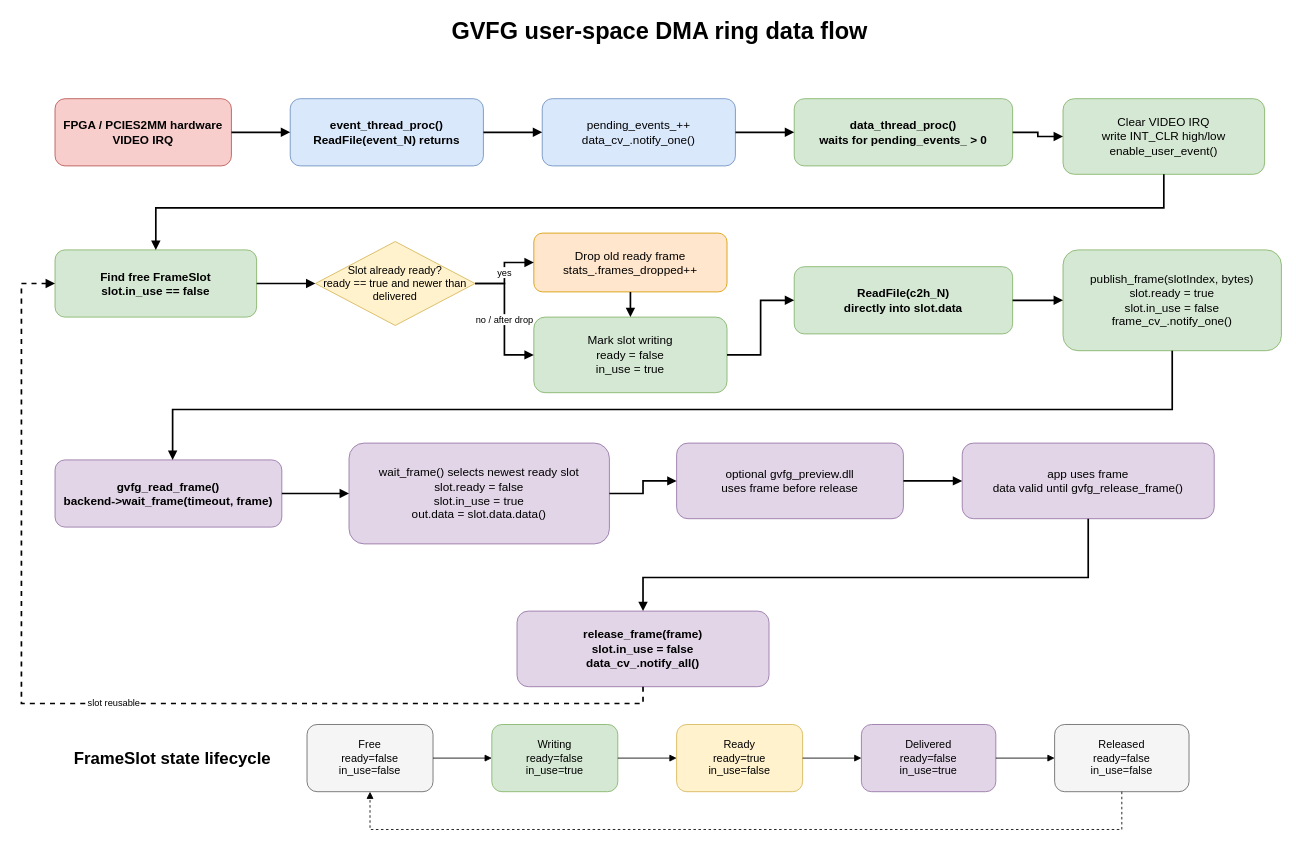
Before: docs/GVFG_DMA_RING_DATA_FLOW.drawio in MarquezLin/GVFG_Standalone, a draw.io diagram. Source tidied: cells renumbered, new cells numbered last; positions are measured from the earlier drawing's top-left corner, leaving out a move shared by most shapes. Both pictures are drawn from the tidied source at 84%, with x=0, y=0 at pixel (21, 14).
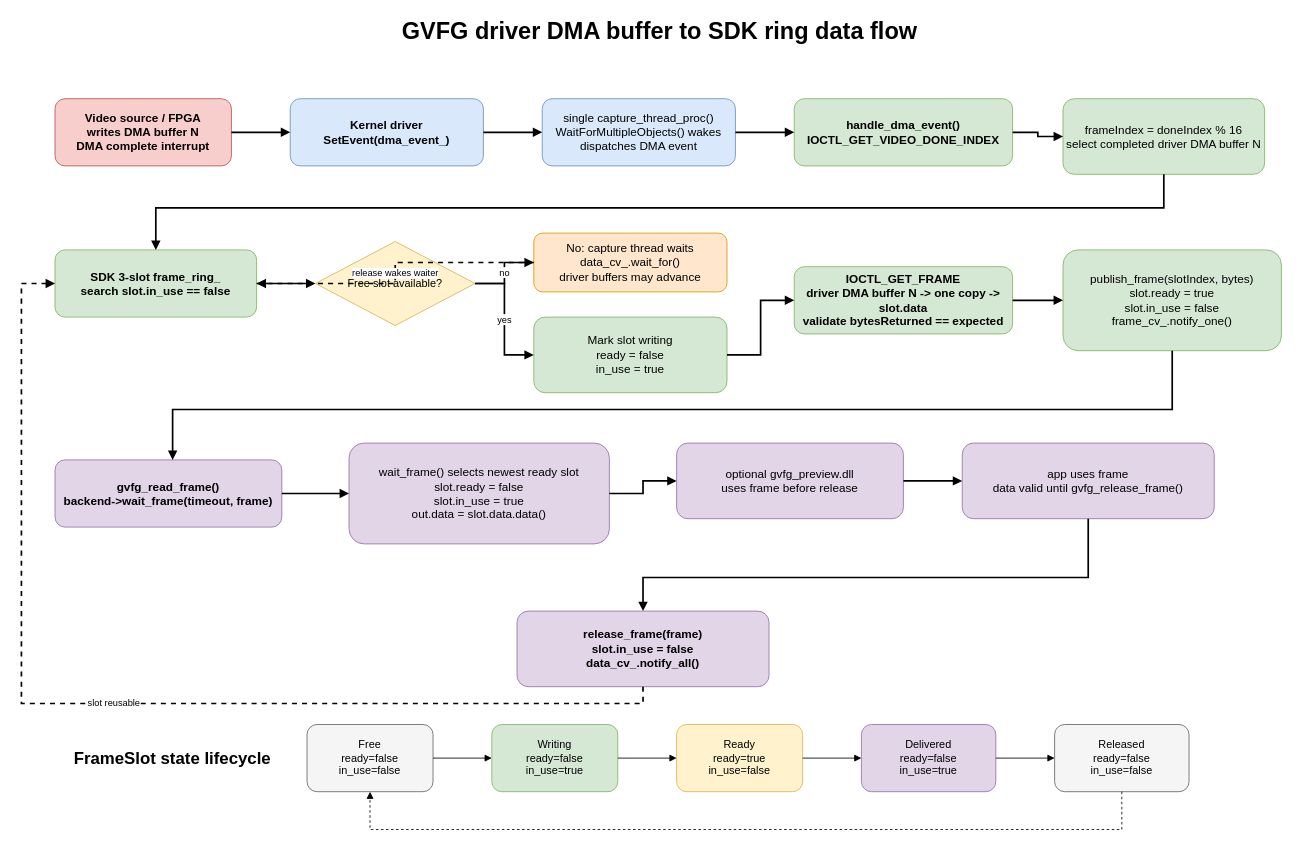
After the change.

The change refers to these unchanged cells:
```xml
<mxCell id="11" value="Mark slot writing&#10;ready = false&#10;in_use = true" style="rounded=1;whiteSpace=wrap;html=1;fillColor=#d5e8d4;strokeColor=#82b366;fontSize=14;" parent="1" vertex="1">
  <mxGeometry x="610" y="360" width="230" height="90" as="geometry" />
</mxCell>
```

The edit, as a diff of the source:
```diff
@@
-    <mxCell id="2" value="GVFG user-space DMA ring data flow" style="text;html=1;strokeColor=none;fillColor=none;align=center;verticalAlign=middle;whiteSpace=wrap;rounded=0;fontSize=28;fontStyle=1;" parent="1" vertex="1">
+    <mxCell id="2" value="GVFG driver DMA buffer to SDK ring data flow" style="text;html=1;strokeColor=none;fillColor=none;align=center;verticalAlign=middle;whiteSpace=wrap;rounded=0;fontSize=28;fontStyle=1;" parent="1" vertex="1">
       <mxGeometry x="320" width="880" height="40" as="geometry" />
     </mxCell>
-    <mxCell id="3" value="FPGA / PCIES2MM hardware&#10;VIDEO IRQ" style="rounded=1;whiteSpace=wrap;html=1;fillColor=#f8cecc;strokeColor=#b85450;fontSize=14;fontStyle=1;" parent="1" vertex="1">
+    <mxCell id="3" value="Video source / FPGA&#10;writes DMA buffer N&#10;DMA complete interrupt" style="rounded=1;whiteSpace=wrap;html=1;fillColor=#f8cecc;strokeColor=#b85450;fontSize=14;fontStyle=1;" parent="1" vertex="1">
       <mxGeometry x="40" y="100" width="210" height="80" as="geometry" />
     </mxCell>
-    <mxCell id="4" value="event_thread_proc()&#10;ReadFile(event_N) returns" style="rounded=1;whiteSpace=wrap;html=1;fillColor=#dae8fc;strokeColor=#6c8ebf;fontSize=14;fontStyle=1;" parent="1" vertex="1">
+    <mxCell id="4" value="Kernel driver&#10;SetEvent(dma_event_)" style="rounded=1;whiteSpace=wrap;html=1;fillColor=#dae8fc;strokeColor=#6c8ebf;fontSize=14;fontStyle=1;" parent="1" vertex="1">
       <mxGeometry x="320" y="100" width="230" height="80" as="geometry" />
     </mxCell>
-    <mxCell id="5" value="pending_events_++&#10;data_cv_.notify_one()" style="rounded=1;whiteSpace=wrap;html=1;fillColor=#dae8fc;strokeColor=#6c8ebf;fontSize=14;" parent="1" vertex="1">
+    <mxCell id="5" value="single capture_thread_proc()&#10;WaitForMultipleObjects() wakes&#10;dispatches DMA event" style="rounded=1;whiteSpace=wrap;html=1;fillColor=#dae8fc;strokeColor=#6c8ebf;fontSize=14;" parent="1" vertex="1">
       <mxGeometry x="620" y="100" width="230" height="80" as="geometry" />
     </mxCell>
-    <mxCell id="6" value="data_thread_proc()&#10;waits for pending_events_ &gt; 0" style="rounded=1;whiteSpace=wrap;html=1;fillColor=#d5e8d4;strokeColor=#82b366;fontSize=14;fontStyle=1;" parent="1" vertex="1">
+    <mxCell id="6" value="handle_dma_event()&#10;IOCTL_GET_VIDEO_DONE_INDEX" style="rounded=1;whiteSpace=wrap;html=1;fillColor=#d5e8d4;strokeColor=#82b366;fontSize=14;fontStyle=1;" parent="1" vertex="1">
       <mxGeometry x="920" y="100" width="260" height="80" as="geometry" />
     </mxCell>
-    <mxCell id="7" value="Clear VIDEO IRQ&#10;write INT_CLR high/low&#10;enable_user_event()" style="rounded=1;whiteSpace=wrap;html=1;fillColor=#d5e8d4;strokeColor=#82b366;fontSize=14;" parent="1" vertex="1">
+    <mxCell id="7" value="frameIndex = doneIndex % 16&#10;select completed driver DMA buffer N" style="rounded=1;whiteSpace=wrap;html=1;fillColor=#d5e8d4;strokeColor=#82b366;fontSize=14;" parent="1" vertex="1">
       <mxGeometry x="1240" y="100" width="240" height="90" as="geometry" />
     </mxCell>
-    <mxCell id="8" value="Find free FrameSlot&#10;slot.in_use == false" style="rounded=1;whiteSpace=wrap;html=1;fillColor=#d5e8d4;strokeColor=#82b366;fontSize=14;fontStyle=1;" parent="1" vertex="1">
+    <mxCell id="8" value="SDK 3-slot frame_ring_&#10;search slot.in_use == false" style="rounded=1;whiteSpace=wrap;html=1;fillColor=#d5e8d4;strokeColor=#82b366;fontSize=14;fontStyle=1;" parent="1" vertex="1">
       <mxGeometry x="40" y="280" width="240" height="80" as="geometry" />
     </mxCell>
-    <mxCell id="9" value="Slot already ready?&#10;ready == true and newer than delivered" style="rhombus;whiteSpace=wrap;html=1;fillColor=#fff2cc;strokeColor=#d6b656;fontSize=13;" parent="1" vertex="1">
+    <mxCell id="9" value="Free slot available?" style="rhombus;whiteSpace=wrap;html=1;fillColor=#fff2cc;strokeColor=#d6b656;fontSize=13;" parent="1" vertex="1">
       <mxGeometry x="350" y="270" width="190" height="100" as="geometry" />
     </mxCell>
-    <mxCell id="10" value="Drop old ready frame&#10;stats_.frames_dropped++" style="rounded=1;whiteSpace=wrap;html=1;fillColor=#ffe6cc;strokeColor=#d79b00;fontSize=14;" parent="1" vertex="1">
+    <mxCell id="10" value="No: capture thread waits&#10;data_cv_.wait_for()&#10;driver buffers may advance" style="rounded=1;whiteSpace=wrap;html=1;fillColor=#ffe6cc;strokeColor=#d79b00;fontSize=14;" parent="1" vertex="1">
       <mxGeometry x="610" y="260" width="230" height="70" as="geometry" />
     </mxCell>
@@
-    <mxCell id="12" value="ReadFile(c2h_N)&#10;directly into slot.data" style="rounded=1;whiteSpace=wrap;html=1;fillColor=#d5e8d4;strokeColor=#82b366;fontSize=14;fontStyle=1;" parent="1" vertex="1">
+    <mxCell id="12" value="IOCTL_GET_FRAME&#10;driver DMA buffer N -&gt; one copy -&gt; slot.data&#10;validate bytesReturned == expected" style="rounded=1;whiteSpace=wrap;html=1;fillColor=#d5e8d4;strokeColor=#82b366;fontSize=14;fontStyle=1;" parent="1" vertex="1">
       <mxGeometry x="920" y="300" width="260" height="80" as="geometry" />
     </mxCell>
@@
-    <mxCell id="31" value="yes" style="edgeStyle=orthogonalEdgeStyle;rounded=0;jettySize=auto;html=1;endArrow=block;strokeWidth=2;" parent="1" edge="1" source="9" target="10">
+    <mxCell id="31" value="yes" style="edgeStyle=orthogonalEdgeStyle;rounded=0;jettySize=auto;html=1;endArrow=block;strokeWidth=2;" parent="1" edge="1" source="9" target="11">
       <mxGeometry relative="1" as="geometry" />
     </mxCell>
-    <mxCell id="32" value="no / after drop" style="edgeStyle=orthogonalEdgeStyle;rounded=0;jettySize=auto;html=1;endArrow=block;strokeWidth=2;" parent="1" edge="1" source="9" target="11">
+    <mxCell id="32" value="no" style="edgeStyle=orthogonalEdgeStyle;rounded=0;jettySize=auto;html=1;endArrow=block;strokeWidth=2;" parent="1" edge="1" source="9" target="10">
       <mxGeometry relative="1" as="geometry" />
     </mxCell>
-    <mxCell id="33" style="edgeStyle=orthogonalEdgeStyle;rounded=0;jettySize=auto;html=1;endArrow=block;strokeWidth=2;" parent="1" edge="1" source="10" target="11">
+    <mxCell id="33" value="release wakes waiter" style="edgeStyle=orthogonalEdgeStyle;rounded=0;jettySize=auto;html=1;endArrow=block;strokeWidth=2;dashed=1;" parent="1" edge="1" source="10" target="8">
       <mxGeometry relative="1" as="geometry" />
     </mxCell>
```
